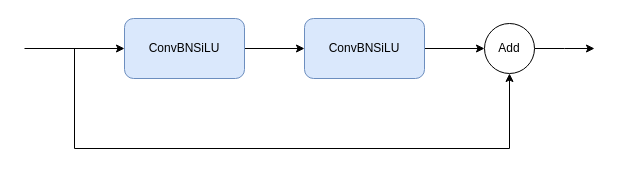
225ceV/- keeps this draw.io diagram as BottleNeck.drawio. Above is the earlier version. Source tidied: cells renumbered, new cells numbered last; positions are measured from the earlier drawing's top-left corner, leaving out a move shared by most shapes. Both pictures are drawn from the tidied source at 100%, with x=0, y=0 at pixel (24, 18).
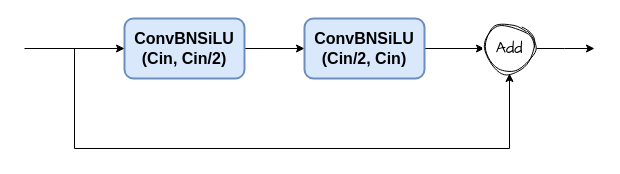
The same diagram, later.

Diff of the diagram source:
```diff
@@
 <mxGraphModel>
   <root>
     <mxCell id="0" />
     <mxCell id="1" parent="0" />
     <mxCell id="2" style="edgeStyle=orthogonalEdgeStyle;rounded=0;jettySize=auto;html=1;" parent="1" edge="1" source="3" target="5">
       <mxGeometry relative="1" as="geometry" />
     </mxCell>
-    <mxCell id="3" value="ConvBNSiLU" style="rounded=1;whiteSpace=wrap;html=1;fillColor=#dae8fc;strokeColor=#6c8ebf;" parent="1" vertex="1">
+    <mxCell id="3" value="&lt;font style=&quot;font-size: 16px;&quot;&gt;&lt;b&gt;ConvBNSiLU&lt;br&gt;(Cin, Cin/2)&lt;br&gt;&lt;/b&gt;&lt;/font&gt;" style="rounded=1;whiteSpace=wrap;html=1;fillColor=#dae8fc;strokeColor=#6c8ebf;strokeWidth=2;" parent="1" vertex="1">
       <mxGeometry x="100" width="120" height="60" as="geometry" />
     </mxCell>
     <mxCell id="4" style="edgeStyle=orthogonalEdgeStyle;rounded=0;jettySize=auto;html=1;exitX=1;exitY=0.5;exitDx=0;exitDy=0;" parent="1" edge="1" source="5" target="7">
       <mxGeometry relative="1" as="geometry" />
     </mxCell>
-    <mxCell id="5" value="ConvBNSiLU" style="rounded=1;whiteSpace=wrap;html=1;fillColor=#dae8fc;strokeColor=#6c8ebf;" parent="1" vertex="1">
+    <mxCell id="5" value="&lt;font style=&quot;font-size: 16px;&quot;&gt;&lt;b&gt;ConvBNSiLU&lt;br&gt;(Cin/2, Cin)&lt;br&gt;&lt;/b&gt;&lt;/font&gt;" style="rounded=1;whiteSpace=wrap;html=1;fillColor=#dae8fc;strokeColor=#6c8ebf;strokeWidth=2;" parent="1" vertex="1">
       <mxGeometry x="280" width="120" height="60" as="geometry" />
     </mxCell>
     <mxCell id="6" style="edgeStyle=orthogonalEdgeStyle;rounded=0;jettySize=auto;html=1;exitX=1;exitY=0.5;exitDx=0;exitDy=0;" parent="1" edge="1" source="7">
       <mxGeometry relative="1" as="geometry">
         <mxPoint x="570" y="30" as="targetPoint" />
       </mxGeometry>
     </mxCell>
-    <mxCell id="7" value="Add" style="ellipse;whiteSpace=wrap;html=1;" parent="1" vertex="1">
+    <mxCell id="7" value="&lt;font face=&quot;Comic Sans MS&quot; style=&quot;font-size: 16px;&quot;&gt;Add&lt;/font&gt;" style="ellipse;whiteSpace=wrap;html=1;sketch=1;curveFitting=1;jiggle=2;" parent="1" vertex="1">
       <mxGeometry x="460" y="5" width="50" height="50" as="geometry" />
     </mxCell>
     <mxCell id="8" style="endArrow=classic;html=1;rounded=0;entryX=0;entryY=0.5;entryDx=0;entryDy=0;" parent="1" edge="1" target="3">
       <mxGeometry relative="1" as="geometry">
         <mxPoint y="30" as="sourcePoint" />
       </mxGeometry>
     </mxCell>
     <mxCell id="9" style="endArrow=classic;html=1;rounded=0;entryX=0.5;entryY=1;entryDx=0;entryDy=0;" parent="1" edge="1" target="7">
       <mxGeometry relative="1" as="geometry">
         <mxPoint x="50" y="30" as="sourcePoint" />
         <Array as="points">
           <mxPoint x="50" y="130" />
           <mxPoint x="485" y="130" />
         </Array>
       </mxGeometry>
     </mxCell>
   </root>
 </mxGraphModel>
```
